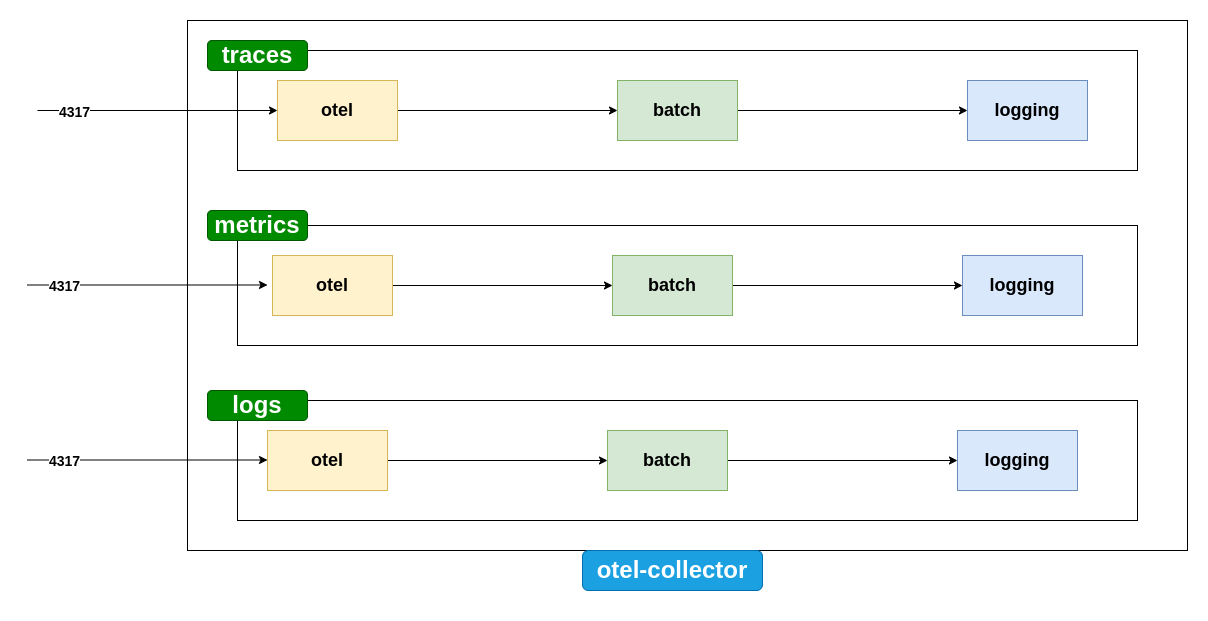
This is experiments/single-app-single-collector/docs/assets/otel-pipeline.drawio.png from rutu-sh/otel-k8s-experiments, a draw.io export, as it was before one commit. Source tidied: cells renumbered, new cells last; positions are measured from the earlier drawing's top-left corner, leaving out a move shared by most shapes.
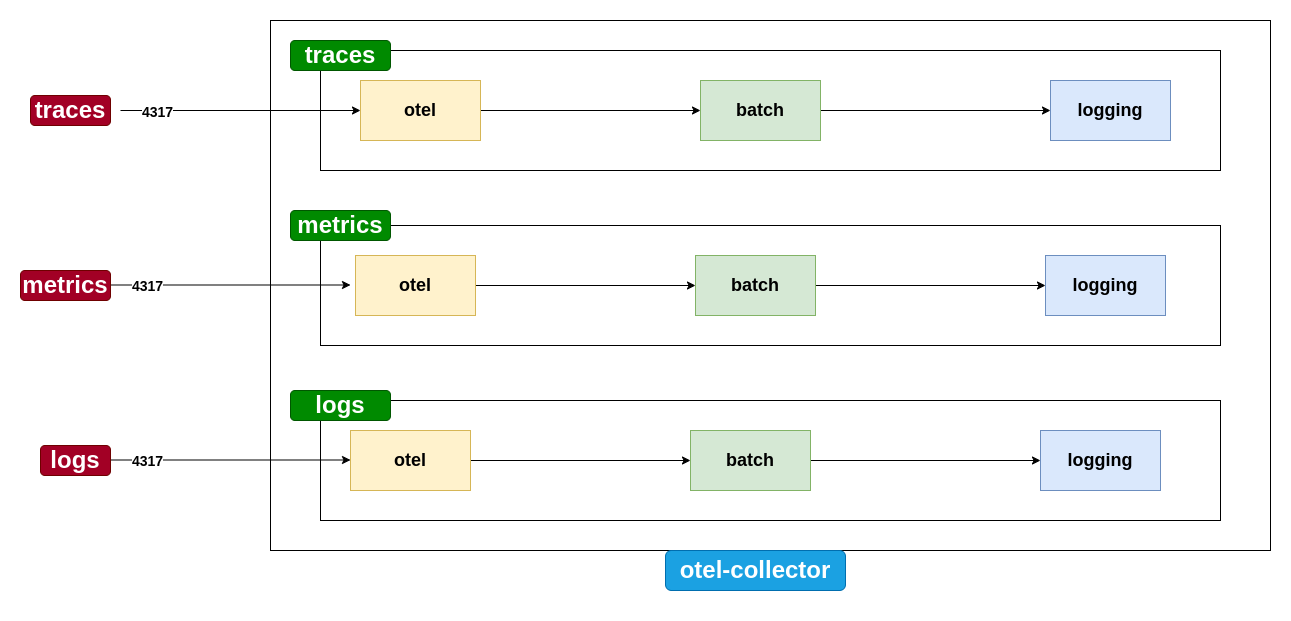
The same file after the commit.

The edit, as a diff of the source:
```diff
@@ -97,5 +97,14 @@
     <mxCell id="30" value="4317" style="edgeLabel;html=1;align=center;verticalAlign=middle;fontSize=14;fontStyle=1;" parent="29" vertex="1">
       <mxGeometry x="-0.7" y="-1" relative="1" as="geometry" />
     </mxCell>
+    <mxCell id="31" value="&lt;h1&gt;logs&lt;/h1&gt;" style="rounded=1;whiteSpace=wrap;html=1;fillColor=#a20025;strokeColor=#6F0000;fontColor=#ffffff;" parent="1" vertex="1">
+      <mxGeometry x="-70" y="425" width="70" height="30" as="geometry" />
+    </mxCell>
+    <mxCell id="32" value="&lt;h1&gt;metrics&lt;/h1&gt;" style="rounded=1;whiteSpace=wrap;html=1;fillColor=#a20025;strokeColor=#6F0000;fontColor=#ffffff;" parent="1" vertex="1">
+      <mxGeometry x="-90" y="250" width="90" height="30" as="geometry" />
+    </mxCell>
+    <mxCell id="33" value="&lt;h1&gt;traces&lt;/h1&gt;" style="rounded=1;whiteSpace=wrap;html=1;fillColor=#a20025;strokeColor=#6F0000;fontColor=#ffffff;" parent="1" vertex="1">
+      <mxGeometry x="-80" y="75" width="80" height="30" as="geometry" />
+    </mxCell>
   </root>
 </mxGraphModel>
```
